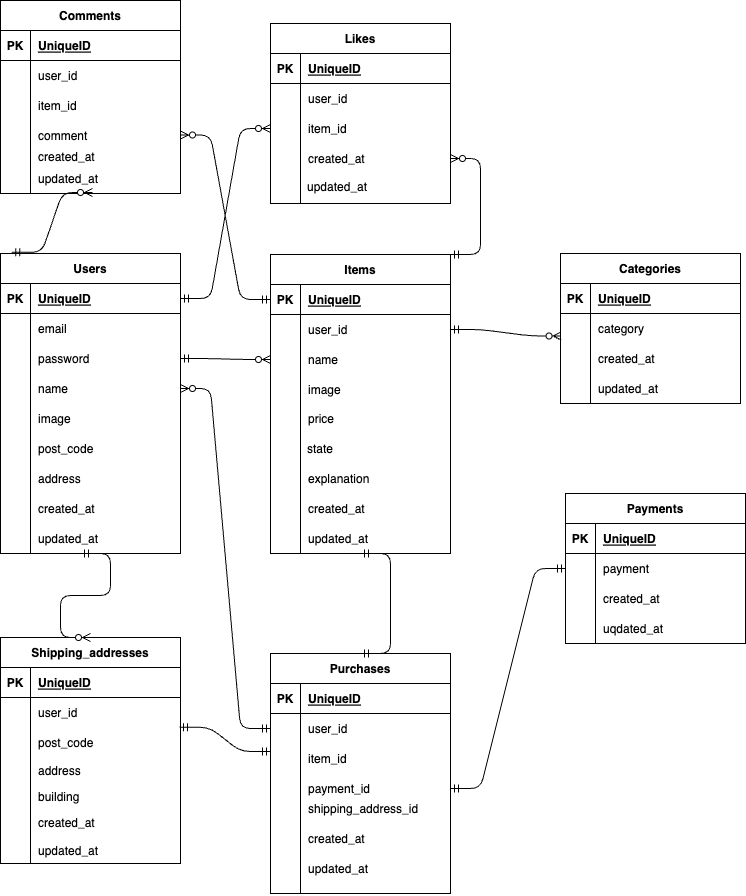
Before: er.drawio.png, a diagram exported from draw.io (sasakiminaho/flea-market-service). Source tidied: cells renumbered, new cells last; positions are measured from the earlier drawing's top-left corner, leaving out a move shared by most shapes.
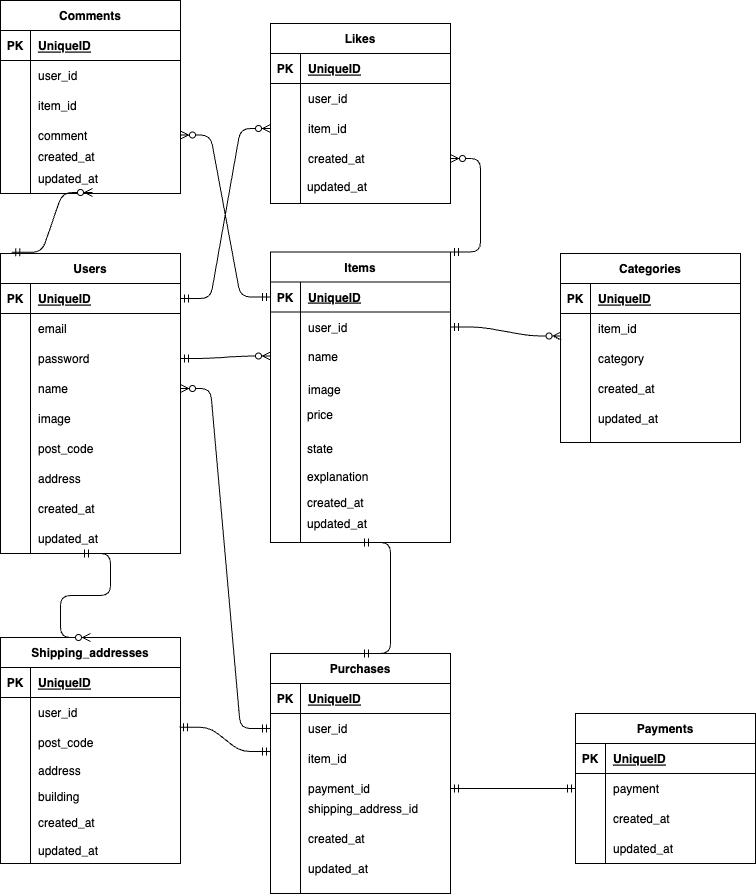
After the change.

Diff of the diagram source:
```diff
@@ -42,7 +42,7 @@
       <mxGeometry x="30" width="150" height="30" as="geometry" />
     </mxCell>
     <mxCell id="15" value="Items" style="shape=table;startSize=30;rowLines=0;fontStyle=1;align=center;" parent="1" vertex="1">
-      <mxGeometry x="270" y="254" width="180" height="299" as="geometry" />
+      <mxGeometry x="270" y="251.5" width="180" height="290.5" as="geometry" />
     </mxCell>
     <mxCell id="16" style="shape=tableRow;horizontal=0;startSize=0;swimlaneHead=0;swimlaneBody=0;fillColor=none;points=[[0,0.5],[1,0.5]];portConstraint=eastwest;top=0;left=0;right=0;bottom=1;" parent="15" vertex="1">
       <mxGeometry y="30" width="180" height="30" as="geometry" />
@@ -63,25 +63,16 @@
       <mxGeometry x="30" width="150" height="30" as="geometry" />
     </mxCell>
     <mxCell id="22" style="shape=tableRow;horizontal=0;startSize=0;swimlaneHead=0;swimlaneBody=0;fillColor=none;points=[[0,0.5],[1,0.5]];portConstraint=eastwest;top=0;left=0;right=0;bottom=0;" parent="15" vertex="1">
-      <mxGeometry y="90" width="180" height="30" as="geometry" />
+      <mxGeometry y="90" width="180" height="28" as="geometry" />
     </mxCell>
     <mxCell id="23" style="shape=partialRectangle;fillColor=none;top=0;left=0;bottom=0;right=0;overflow=hidden;" parent="22" vertex="1">
-      <mxGeometry width="30" height="30" as="geometry" />
+      <mxGeometry width="30" height="28" as="geometry" />
     </mxCell>
     <mxCell id="24" value="name" style="shape=partialRectangle;fillColor=none;top=0;left=0;bottom=0;right=0;align=left;spacingLeft=6;overflow=hidden;" parent="22" vertex="1">
-      <mxGeometry x="30" width="150" height="30" as="geometry" />
+      <mxGeometry x="30" width="150" height="28" as="geometry" />
     </mxCell>
-    <mxCell id="25" style="shape=tableRow;horizontal=0;startSize=0;swimlaneHead=0;swimlaneBody=0;fillColor=none;top=0;left=0;right=0;bottom=0;" parent="15" vertex="1">
-      <mxGeometry y="120" width="180" height="30" as="geometry" />
-    </mxCell>
-    <mxCell id="26" style="shape=partialRectangle;fillColor=none;top=0;left=0;bottom=0;right=0;overflow=hidden;" parent="25" vertex="1">
-      <mxGeometry width="30" height="30" as="geometry" />
-    </mxCell>
-    <mxCell id="27" value="image" style="shape=partialRectangle;fillColor=none;top=0;left=0;bottom=0;right=0;align=left;spacingLeft=6;overflow=hidden;" parent="25" vertex="1">
-      <mxGeometry x="30" width="150" height="30" as="geometry" />
-    </mxCell>
     <mxCell id="28" value="Categories" style="shape=table;startSize=30;rowLines=0;fontStyle=1;align=center;" parent="1" vertex="1">
-      <mxGeometry x="560" y="253" width="180" height="150" as="geometry" />
+      <mxGeometry x="560" y="253" width="180" height="189" as="geometry" />
     </mxCell>
     <mxCell id="29" style="shape=tableRow;horizontal=0;startSize=0;swimlaneHead=0;swimlaneBody=0;fillColor=none;top=0;left=0;right=0;bottom=1;" parent="28" vertex="1">
       <mxGeometry y="30" width="180" height="30" as="geometry" />
@@ -98,7 +89,7 @@
     <mxCell id="33" style="shape=partialRectangle;fillColor=none;top=0;left=0;bottom=0;right=0;overflow=hidden;" parent="32" vertex="1">
       <mxGeometry width="30" height="30" as="geometry" />
     </mxCell>
-    <mxCell id="34" value="category" style="shape=partialRectangle;fillColor=none;top=0;left=0;bottom=0;right=0;align=left;spacingLeft=6;overflow=hidden;" parent="32" vertex="1">
+    <mxCell id="34" value="item_id" style="shape=partialRectangle;fillColor=none;top=0;left=0;bottom=0;right=0;align=left;spacingLeft=6;overflow=hidden;" parent="32" vertex="1">
       <mxGeometry x="30" width="150" height="30" as="geometry" />
     </mxCell>
     <mxCell id="35" style="shape=tableRow;horizontal=0;startSize=0;swimlaneHead=0;swimlaneBody=0;fillColor=none;top=0;left=0;right=0;bottom=0;" parent="28" vertex="1">
@@ -107,7 +98,7 @@
     <mxCell id="36" style="shape=partialRectangle;fillColor=none;top=0;left=0;bottom=0;right=0;overflow=hidden;" parent="35" vertex="1">
       <mxGeometry width="30" height="30" as="geometry" />
     </mxCell>
-    <mxCell id="37" value="created_at" style="shape=partialRectangle;fillColor=none;top=0;left=0;bottom=0;right=0;align=left;spacingLeft=6;overflow=hidden;" parent="35" vertex="1">
+    <mxCell id="37" value="category" style="shape=partialRectangle;fillColor=none;top=0;left=0;bottom=0;right=0;align=left;spacingLeft=6;overflow=hidden;" parent="35" vertex="1">
       <mxGeometry x="30" width="150" height="30" as="geometry" />
     </mxCell>
     <mxCell id="38" style="shape=tableRow;horizontal=0;startSize=0;swimlaneHead=0;swimlaneBody=0;fillColor=none;top=0;left=0;right=0;bottom=0;" parent="28" vertex="1">
@@ -116,7 +107,7 @@
     <mxCell id="39" style="shape=partialRectangle;fillColor=none;top=0;left=0;bottom=0;right=0;overflow=hidden;" parent="38" vertex="1">
       <mxGeometry width="30" height="30" as="geometry" />
     </mxCell>
-    <mxCell id="40" value="updated_at" style="shape=partialRectangle;fillColor=none;top=0;left=0;bottom=0;right=0;align=left;spacingLeft=6;overflow=hidden;" parent="38" vertex="1">
+    <mxCell id="40" value="created_at" style="shape=partialRectangle;fillColor=none;top=0;left=0;bottom=0;right=0;align=left;spacingLeft=6;overflow=hidden;" parent="38" vertex="1">
       <mxGeometry x="30" width="150" height="30" as="geometry" />
     </mxCell>
     <mxCell id="41" value="Likes" style="shape=table;startSize=30;rowLines=0;fontStyle=1;align=center;" parent="1" vertex="1">
@@ -276,7 +267,7 @@
       <mxGeometry x="30" width="150" height="26" as="geometry" />
     </mxCell>
     <mxCell id="93" value="Payments" style="shape=table;startSize=30;rowLines=0;fontStyle=1;align=center;" parent="1" vertex="1">
-      <mxGeometry x="565" y="493" width="180" height="150" as="geometry" />
+      <mxGeometry x="575" y="713" width="180" height="150" as="geometry" />
     </mxCell>
     <mxCell id="94" style="shape=tableRow;horizontal=0;startSize=0;swimlaneHead=0;swimlaneBody=0;fillColor=none;top=0;left=0;right=0;bottom=1;" parent="93" vertex="1">
       <mxGeometry y="30" width="180" height="30" as="geometry" />
@@ -311,7 +302,7 @@
     <mxCell id="104" style="shape=partialRectangle;fillColor=none;top=0;left=0;bottom=0;right=0;overflow=hidden;" parent="103" vertex="1">
       <mxGeometry width="30" height="30" as="geometry" />
     </mxCell>
-    <mxCell id="105" value="uqdated_at" style="shape=partialRectangle;fillColor=none;top=0;left=0;bottom=0;right=0;align=left;spacingLeft=6;overflow=hidden;" parent="103" vertex="1">
+    <mxCell id="105" value="updated_at" style="shape=partialRectangle;fillColor=none;top=0;left=0;bottom=0;right=0;align=left;spacingLeft=6;overflow=hidden;" parent="103" vertex="1">
       <mxGeometry x="30" width="150" height="30" as="geometry" />
     </mxCell>
     <mxCell id="106" style="edgeStyle=entityRelationEdgeStyle;fontSize=12;html=1;endArrow=ERzeroToMany;startArrow=ERmandOne;entryX=0;entryY=0.5;entryDx=0;entryDy=0;" parent="1" edge="1" source="9" target="22">
@@ -409,24 +400,24 @@
       </mxGeometry>
     </mxCell>
     <mxCell id="132" value="price" style="shape=partialRectangle;fillColor=none;top=0;left=0;bottom=0;right=0;align=left;spacingLeft=6;overflow=hidden;" parent="1" vertex="1">
-      <mxGeometry x="300" y="403" width="150" height="30" as="geometry" />
+      <mxGeometry x="299" y="398.8" width="150" height="30" as="geometry" />
     </mxCell>
     <mxCell id="133" value="state" style="shape=partialRectangle;fillColor=none;top=0;left=0;bottom=0;right=0;align=left;spacingLeft=6;overflow=hidden;" parent="1" vertex="1">
-      <mxGeometry x="299" y="433" width="150" height="30" as="geometry" />
+      <mxGeometry x="299" y="432.8" width="150" height="30" as="geometry" />
     </mxCell>
     <mxCell id="134" value="explanation" style="shape=partialRectangle;fillColor=none;top=0;left=0;bottom=0;right=0;align=left;spacingLeft=6;overflow=hidden;" parent="1" vertex="1">
-      <mxGeometry x="300" y="463" width="150" height="30" as="geometry" />
+      <mxGeometry x="299" y="461" width="150" height="30" as="geometry" />
     </mxCell>
     <mxCell id="135" value="created_at" style="shape=partialRectangle;fillColor=none;top=0;left=0;bottom=0;right=0;align=left;spacingLeft=6;overflow=hidden;" parent="1" vertex="1">
-      <mxGeometry x="300" y="493" width="150" height="30" as="geometry" />
+      <mxGeometry x="299" y="487" width="150" height="30" as="geometry" />
     </mxCell>
     <mxCell id="136" value="updated_at" style="shape=partialRectangle;fillColor=none;top=0;left=0;bottom=0;right=0;align=left;spacingLeft=6;overflow=hidden;" parent="1" vertex="1">
-      <mxGeometry x="300" y="523" width="150" height="30" as="geometry" />
+      <mxGeometry x="299" y="508" width="150" height="30" as="geometry" />
     </mxCell>
     <mxCell id="137" style="endArrow=none;html=1;" parent="1" edge="1">
       <mxGeometry relative="1" as="geometry">
-        <mxPoint x="300" y="553" as="sourcePoint" />
-        <mxPoint x="300" y="403" as="targetPoint" />
+        <mxPoint x="300" y="512" as="sourcePoint" />
+        <mxPoint x="300" y="367" as="targetPoint" />
       </mxGeometry>
     </mxCell>
     <mxCell id="138" value="shipping_address_id" style="shape=partialRectangle;fillColor=none;top=0;left=0;bottom=0;right=0;align=left;spacingLeft=6;overflow=hidden;" parent="1" vertex="1">
@@ -444,5 +435,23 @@
         <mxPoint x="300" y="803" as="targetPoint" />
       </mxGeometry>
     </mxCell>
+    <mxCell id="142" value="updated_at" style="shape=partialRectangle;fillColor=none;top=0;left=0;bottom=0;right=0;align=left;spacingLeft=6;overflow=hidden;" parent="1" vertex="1">
+      <mxGeometry x="590" y="403" width="150" height="30" as="geometry" />
+    </mxCell>
+    <mxCell id="143" style="endArrow=none;html=1;" parent="1" edge="1">
+      <mxGeometry relative="1" as="geometry">
+        <mxPoint x="590" y="442" as="sourcePoint" />
+        <mxPoint x="590" y="402" as="targetPoint" />
+      </mxGeometry>
+    </mxCell>
+    <mxCell id="144" style="endArrow=none;html=1;" parent="1" edge="1">
+      <mxGeometry relative="1" as="geometry">
+        <mxPoint x="300" y="542" as="sourcePoint" />
+        <mxPoint x="300" y="512" as="targetPoint" />
+      </mxGeometry>
+    </mxCell>
+    <mxCell id="27" value="image" style="shape=partialRectangle;fillColor=none;top=0;left=0;bottom=0;right=0;align=left;spacingLeft=6;overflow=hidden;" parent="1" vertex="1">
+      <mxGeometry x="300" y="375" width="150" height="28" as="geometry" />
+    </mxCell>
   </root>
 </mxGraphModel>
```
